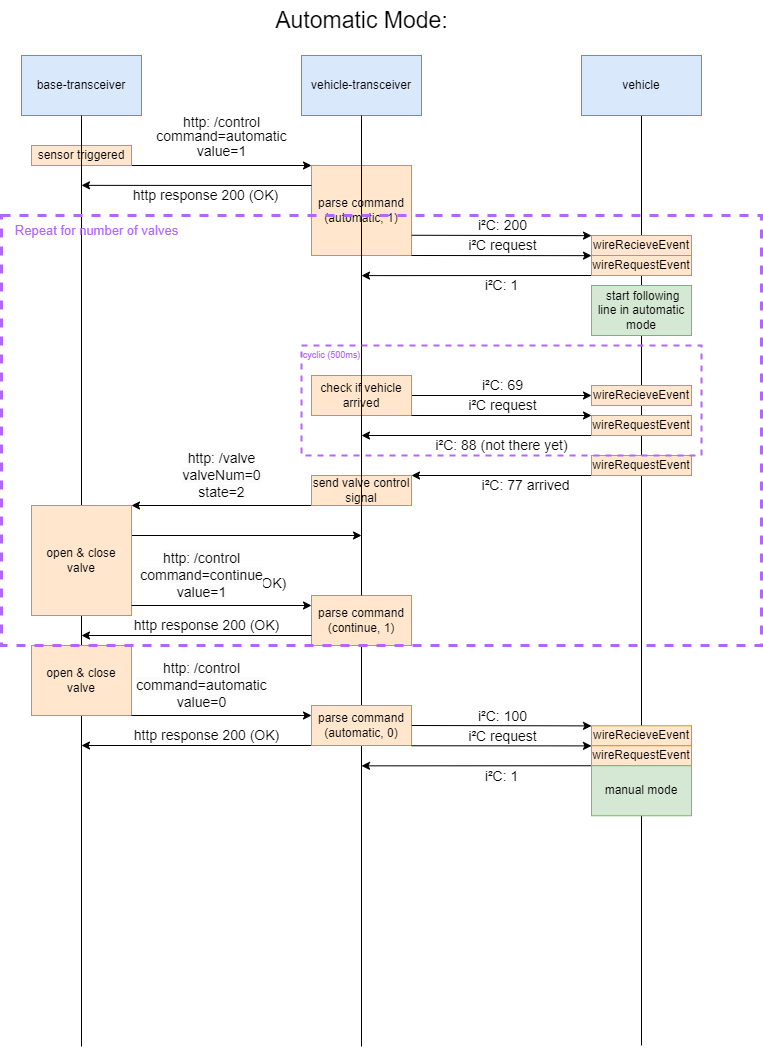
This is blockdiagrams/SW/Communication_AutomaticMode.drawio.png from leonknauf/robotik-projekt-master-se, a draw.io export, as it was before one commit. Source tidied: cells renumbered, new cells last; positions are measured from the earlier drawing's top-left corner, leaving out a move shared by most shapes.
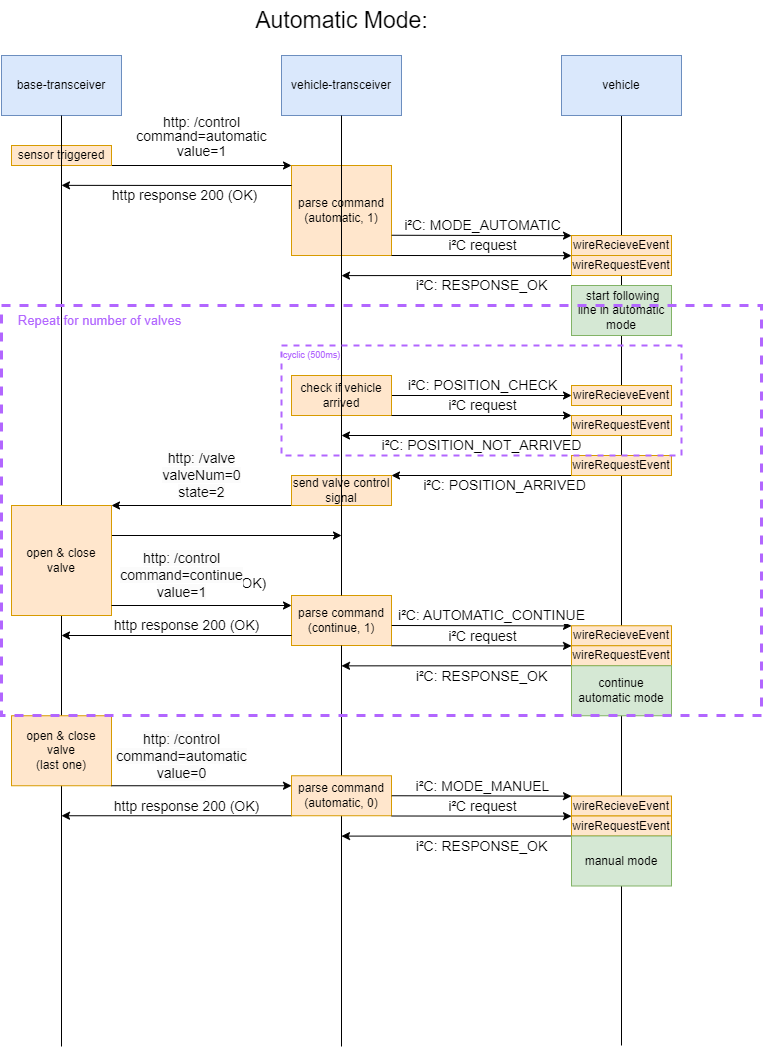
After the change.

Change to the diagram source:
```diff
@@ -59,7 +59,7 @@
         <mxPoint x="590" y="235.1" as="targetPoint" />
       </mxGeometry>
     </mxCell>
-    <mxCell id="16" value="i²C: 200" style="edgeLabel;html=1;align=center;verticalAlign=middle;fontSize=14;fontColor=none;" parent="15" vertex="1">
+    <mxCell id="16" value="i²C: MODE_AUTOMATIC" style="edgeLabel;html=1;align=center;verticalAlign=middle;fontSize=14;fontColor=none;" parent="15" vertex="1">
       <mxGeometry x="-0.12" y="2" relative="1" as="geometry">
         <mxPoint x="11" y="-8" as="offset" />
       </mxGeometry>
@@ -72,7 +72,7 @@
         <mxPoint x="360" y="275.1" as="targetPoint" />
       </mxGeometry>
     </mxCell>
-    <mxCell id="19" value="i²C: 1" style="edgeLabel;html=1;align=center;verticalAlign=middle;fontSize=14;fontColor=none;" parent="18" vertex="1">
+    <mxCell id="19" value="i²C:&amp;nbsp;RESPONSE_OK" style="edgeLabel;html=1;align=center;verticalAlign=middle;fontSize=14;fontColor=none;" parent="18" vertex="1">
       <mxGeometry x="-0.09" relative="1" as="geometry">
         <mxPoint x="15" y="10" as="offset" />
       </mxGeometry>
@@ -100,7 +100,7 @@
         <mxPoint x="590" y="395" as="targetPoint" />
       </mxGeometry>
     </mxCell>
-    <mxCell id="25" value="i²C: 69" style="edgeLabel;html=1;align=center;verticalAlign=middle;fontSize=14;fontColor=none;" parent="24" vertex="1">
+    <mxCell id="25" value="i²C: POSITION_CHECK" style="edgeLabel;html=1;align=center;verticalAlign=middle;fontSize=14;fontColor=none;" parent="24" vertex="1">
       <mxGeometry x="-0.12" y="2" relative="1" as="geometry">
         <mxPoint x="11" y="-8" as="offset" />
       </mxGeometry>
@@ -116,7 +116,7 @@
         <mxPoint x="360" y="435" as="targetPoint" />
       </mxGeometry>
     </mxCell>
-    <mxCell id="29" value="i²C: 88 (not there yet)" style="edgeLabel;html=1;align=center;verticalAlign=middle;fontSize=14;fontColor=none;" parent="28" vertex="1">
+    <mxCell id="29" value="i²C: POSITION_NOT_ARRIVED" style="edgeLabel;html=1;align=center;verticalAlign=middle;fontSize=14;fontColor=none;" parent="28" vertex="1">
       <mxGeometry x="-0.09" relative="1" as="geometry">
         <mxPoint x="15" y="10" as="offset" />
       </mxGeometry>
@@ -143,7 +143,7 @@
         <mxPoint x="410" y="475" as="targetPoint" />
       </mxGeometry>
     </mxCell>
-    <mxCell id="35" value="i²C: 77 arrived" style="edgeLabel;html=1;align=center;verticalAlign=middle;fontSize=14;fontColor=none;" parent="34" vertex="1">
+    <mxCell id="35" value="i²C: POSITION_ARRIVED" style="edgeLabel;html=1;align=center;verticalAlign=middle;fontSize=14;fontColor=none;" parent="34" vertex="1">
       <mxGeometry x="-0.09" relative="1" as="geometry">
         <mxPoint x="15" y="10" as="offset" />
       </mxGeometry>
@@ -207,15 +207,15 @@
       <mxGeometry relative="1" as="geometry" />
     </mxCell>
     <mxCell id="49" value="&lt;font style=&quot;font-size: 13px;&quot;&gt;Repeat for number of valves&lt;/font&gt;" style="text;html=1;align=center;verticalAlign=middle;strokeColor=none;fillColor=none;fontSize=9;fontColor=#B266FF;" parent="1" vertex="1">
-      <mxGeometry y="215" width="190" height="30" as="geometry" />
+      <mxGeometry x="23.3" y="305" width="190" height="30" as="geometry" />
     </mxCell>
-    <mxCell id="50" value="open &amp;amp; close valve" style="rounded=0;whiteSpace=wrap;html=1;fillColor=#ffe6cc;strokeColor=#d79b00;" parent="1" vertex="1">
-      <mxGeometry x="30" y="645" width="100" height="70" as="geometry" />
+    <mxCell id="50" value="open &amp;amp; close valve&lt;br&gt;(last one)" style="rounded=0;whiteSpace=wrap;html=1;fillColor=#ffe6cc;strokeColor=#d79b00;" parent="1" vertex="1">
+      <mxGeometry x="30" y="715.2" width="100" height="70" as="geometry" />
     </mxCell>
     <mxCell id="51" style="edgeStyle=none;html=1;labelBackgroundColor=none;fontSize=9;fontColor=#B266FF;endArrow=classic;endFill=1;" parent="1" edge="1">
       <mxGeometry relative="1" as="geometry">
-        <mxPoint x="130" y="715" as="sourcePoint" />
-        <mxPoint x="310" y="715" as="targetPoint" />
+        <mxPoint x="130" y="785.2" as="sourcePoint" />
+        <mxPoint x="310" y="785.2" as="targetPoint" />
       </mxGeometry>
     </mxCell>
     <mxCell id="52" value="&lt;span style=&quot;border-color: var(--border-color); color: rgb(0, 0, 0); font-size: 14px; background-color: rgb(251, 251, 251);&quot;&gt;http: /control&lt;/span&gt;&lt;br style=&quot;border-color: var(--border-color); color: rgb(0, 0, 0); font-size: 14px; background-color: rgb(251, 251, 251);&quot;&gt;&lt;span style=&quot;border-color: var(--border-color); color: rgb(0, 0, 0); font-size: 14px; background-color: rgb(251, 251, 251);&quot;&gt;command=automatic&lt;/span&gt;&lt;br style=&quot;border-color: var(--border-color); color: rgb(0, 0, 0); font-size: 14px; background-color: rgb(251, 251, 251);&quot;&gt;&lt;span style=&quot;border-color: var(--border-color); color: rgb(0, 0, 0); font-size: 14px; background-color: rgb(251, 251, 251);&quot;&gt;value=0&lt;/span&gt;" style="edgeLabel;html=1;align=center;verticalAlign=middle;fontSize=9;fontColor=#B266FF;" parent="51" vertex="1">
@@ -225,8 +225,8 @@
     </mxCell>
     <mxCell id="53" style="edgeStyle=none;html=1;labelBackgroundColor=none;fontSize=9;fontColor=#B266FF;endArrow=classic;endFill=1;" parent="1" edge="1">
       <mxGeometry relative="1" as="geometry">
-        <mxPoint x="310" y="745" as="sourcePoint" />
-        <mxPoint x="80" y="745" as="targetPoint" />
+        <mxPoint x="310" y="815.2" as="sourcePoint" />
+        <mxPoint x="80" y="815.2" as="targetPoint" />
       </mxGeometry>
     </mxCell>
     <mxCell id="54" value="&lt;span style=&quot;color: rgb(0, 0, 0); font-size: 14px;&quot;&gt;http response 200 (OK)&lt;/span&gt;" style="edgeLabel;html=1;align=center;verticalAlign=middle;fontSize=9;fontColor=#B266FF;" parent="53" vertex="1">
@@ -235,39 +235,39 @@
       </mxGeometry>
     </mxCell>
     <mxCell id="55" value="parse command&lt;br&gt;(automatic, 0)" style="rounded=0;whiteSpace=wrap;html=1;fillColor=#ffe6cc;strokeColor=#d79b00;" parent="1" vertex="1">
-      <mxGeometry x="310" y="705" width="100" height="40" as="geometry" />
+      <mxGeometry x="310" y="775.2" width="100" height="40" as="geometry" />
     </mxCell>
     <mxCell id="56" style="edgeStyle=none;html=1;labelBackgroundColor=none;fontSize=14;fontColor=none;endArrow=classic;endFill=1;exitX=1.002;exitY=0.775;exitDx=0;exitDy=0;exitPerimeter=0;" parent="1" edge="1">
       <mxGeometry relative="1" as="geometry">
-        <mxPoint x="410.2" y="725" as="sourcePoint" />
-        <mxPoint x="590" y="725.4" as="targetPoint" />
+        <mxPoint x="410.2" y="795.2" as="sourcePoint" />
+        <mxPoint x="590" y="795.6" as="targetPoint" />
       </mxGeometry>
     </mxCell>
-    <mxCell id="57" value="i²C: 100" style="edgeLabel;html=1;align=center;verticalAlign=middle;fontSize=14;fontColor=none;" parent="56" vertex="1">
+    <mxCell id="57" value="i²C: MODE_MANUEL" style="edgeLabel;html=1;align=center;verticalAlign=middle;fontSize=14;fontColor=none;" parent="56" vertex="1">
       <mxGeometry x="-0.12" y="2" relative="1" as="geometry">
         <mxPoint x="11" y="-8" as="offset" />
       </mxGeometry>
     </mxCell>
     <mxCell id="58" value="wireRecieveEvent" style="rounded=0;whiteSpace=wrap;html=1;fillColor=#ffe6cc;strokeColor=#d79b00;" parent="1" vertex="1">
-      <mxGeometry x="590" y="725.2" width="100" height="20" as="geometry" />
+      <mxGeometry x="590" y="795.5" width="100" height="20" as="geometry" />
     </mxCell>
     <mxCell id="59" style="edgeStyle=none;html=1;exitX=0;exitY=1;exitDx=0;exitDy=0;labelBackgroundColor=none;fontSize=14;fontColor=none;endArrow=classic;endFill=1;" parent="1" edge="1" source="61">
       <mxGeometry relative="1" as="geometry">
-        <mxPoint x="360" y="765.3" as="targetPoint" />
+        <mxPoint x="360" y="835.6" as="targetPoint" />
       </mxGeometry>
     </mxCell>
-    <mxCell id="60" value="i²C: 1" style="edgeLabel;html=1;align=center;verticalAlign=middle;fontSize=14;fontColor=none;" parent="59" vertex="1">
+    <mxCell id="60" value="i²C: RESPONSE_OK" style="edgeLabel;html=1;align=center;verticalAlign=middle;fontSize=14;fontColor=none;" parent="59" vertex="1">
       <mxGeometry x="-0.09" relative="1" as="geometry">
         <mxPoint x="15" y="10" as="offset" />
       </mxGeometry>
     </mxCell>
     <mxCell id="61" value="wireRequestEvent" style="rounded=0;whiteSpace=wrap;html=1;fillColor=#ffe6cc;strokeColor=#d79b00;" parent="1" vertex="1">
-      <mxGeometry x="590" y="745.2" width="100" height="20" as="geometry" />
+      <mxGeometry x="590" y="815.5" width="100" height="20" as="geometry" />
     </mxCell>
     <mxCell id="62" style="edgeStyle=none;html=1;exitX=1;exitY=1;exitDx=0;exitDy=0;labelBackgroundColor=none;fontSize=14;fontColor=none;endArrow=classic;endFill=1;" parent="1" edge="1">
       <mxGeometry relative="1" as="geometry">
-        <mxPoint x="410" y="745.2" as="sourcePoint" />
-        <mxPoint x="590" y="745.4" as="targetPoint" />
+        <mxPoint x="410" y="815.5" as="sourcePoint" />
+        <mxPoint x="590" y="815.6" as="targetPoint" />
       </mxGeometry>
     </mxCell>
     <mxCell id="63" value="i²C request" style="edgeLabel;html=1;align=center;verticalAlign=middle;fontSize=14;fontColor=none;" parent="62" vertex="1">
@@ -276,13 +276,54 @@
       </mxGeometry>
     </mxCell>
     <mxCell id="64" value="manual mode" style="rounded=0;whiteSpace=wrap;html=1;fillColor=#d5e8d4;strokeColor=#82b366;align=center;verticalAlign=middle;" parent="1" vertex="1">
-      <mxGeometry x="590" y="765.2" width="100" height="50" as="geometry" />
+      <mxGeometry x="590" y="835.5" width="100" height="50" as="geometry" />
     </mxCell>
+    <mxCell id="67" style="edgeStyle=none;html=1;labelBackgroundColor=none;fontSize=14;fontColor=none;endArrow=classic;endFill=1;exitX=1.002;exitY=0.775;exitDx=0;exitDy=0;exitPerimeter=0;" parent="1" edge="1">
+      <mxGeometry relative="1" as="geometry">
+        <mxPoint x="410.2" y="625" as="sourcePoint" />
+        <mxPoint x="590" y="625.4" as="targetPoint" />
+      </mxGeometry>
+    </mxCell>
+    <mxCell id="68" value="i²C: AUTOMATIC_CONTINUE" style="edgeLabel;html=1;align=center;verticalAlign=middle;fontSize=14;fontColor=none;" parent="67" vertex="1">
+      <mxGeometry x="-0.12" y="2" relative="1" as="geometry">
+        <mxPoint x="20" y="-8" as="offset" />
+      </mxGeometry>
+    </mxCell>
+    <mxCell id="69" value="wireRecieveEvent" style="rounded=0;whiteSpace=wrap;html=1;fillColor=#ffe6cc;strokeColor=#d79b00;" parent="1" vertex="1">
+      <mxGeometry x="590" y="625.2" width="100" height="20" as="geometry" />
+    </mxCell>
+    <mxCell id="70" style="edgeStyle=none;html=1;exitX=0;exitY=1;exitDx=0;exitDy=0;labelBackgroundColor=none;fontSize=14;fontColor=none;endArrow=classic;endFill=1;" parent="1" edge="1" source="72">
+      <mxGeometry relative="1" as="geometry">
+        <mxPoint x="360" y="665.3" as="targetPoint" />
+      </mxGeometry>
+    </mxCell>
+    <mxCell id="71" value="i²C: RESPONSE_OK" style="edgeLabel;html=1;align=center;verticalAlign=middle;fontSize=14;fontColor=none;" parent="70" vertex="1">
+      <mxGeometry x="-0.09" relative="1" as="geometry">
+        <mxPoint x="15" y="10" as="offset" />
+      </mxGeometry>
+    </mxCell>
+    <mxCell id="72" value="wireRequestEvent" style="rounded=0;whiteSpace=wrap;html=1;fillColor=#ffe6cc;strokeColor=#d79b00;" parent="1" vertex="1">
+      <mxGeometry x="590" y="645.2" width="100" height="20" as="geometry" />
+    </mxCell>
+    <mxCell id="73" style="edgeStyle=none;html=1;exitX=1;exitY=1;exitDx=0;exitDy=0;labelBackgroundColor=none;fontSize=14;fontColor=none;endArrow=classic;endFill=1;" parent="1" edge="1">
+      <mxGeometry relative="1" as="geometry">
+        <mxPoint x="410" y="645.2" as="sourcePoint" />
+        <mxPoint x="590" y="645.4" as="targetPoint" />
+      </mxGeometry>
+    </mxCell>
+    <mxCell id="74" value="i²C request" style="edgeLabel;html=1;align=center;verticalAlign=middle;fontSize=14;fontColor=none;" parent="73" vertex="1">
+      <mxGeometry x="-0.12" y="2" relative="1" as="geometry">
+        <mxPoint x="11" y="-8" as="offset" />
+      </mxGeometry>
+    </mxCell>
+    <mxCell id="75" value="continue automatic mode" style="rounded=0;whiteSpace=wrap;html=1;fillColor=#d5e8d4;strokeColor=#82b366;align=center;verticalAlign=middle;" parent="1" vertex="1">
+      <mxGeometry x="590" y="665.2" width="100" height="50" as="geometry" />
+    </mxCell>
     <mxCell id="65" style="fontSize=14;fontColor=default;labelBackgroundColor=none;fillColor=none;dashed=1;align=left;labelPosition=center;verticalLabelPosition=middle;verticalAlign=top;whiteSpace=wrap;html=1;spacingTop=0;spacingLeft=0;textDirection=ltr;horizontal=1;strokeColor=#B266FF;strokeWidth=2;" parent="1" vertex="1">
       <mxGeometry x="300" y="345" width="400" height="110" as="geometry" />
     </mxCell>
     <mxCell id="66" style="fontSize=14;fontColor=default;labelBackgroundColor=none;fillColor=none;dashed=1;align=left;labelPosition=center;verticalLabelPosition=middle;verticalAlign=top;whiteSpace=wrap;html=1;spacingTop=0;spacingLeft=0;textDirection=ltr;horizontal=1;strokeColor=#B266FF;strokeWidth=3;" parent="1" vertex="1">
-      <mxGeometry y="215" width="760" height="430" as="geometry" />
+      <mxGeometry x="20" y="305" width="760" height="410" as="geometry" />
     </mxCell>
   </root>
 </mxGraphModel>
```
